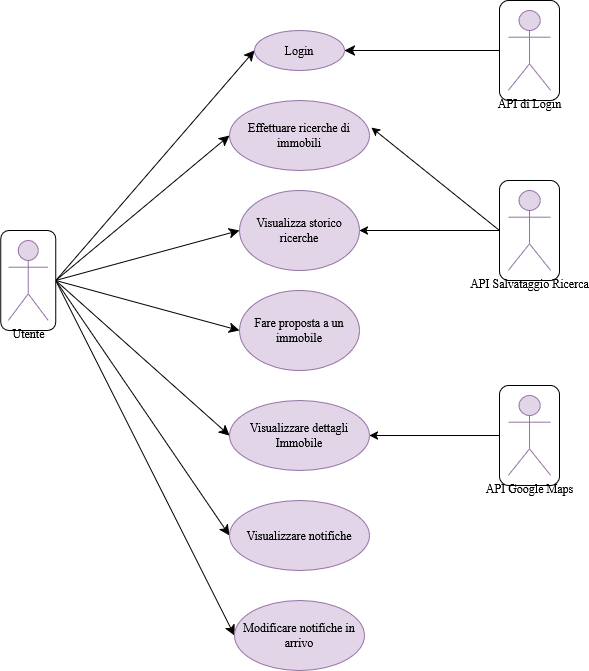
Earlier version of the draw.io export diagrammi/UseCase-Utente registrato.drawio.png (Sperob98/Documentazione-DietiEstates25). Source tidied: cells renumbered, new cells last; positions are measured from the earlier drawing's top-left corner, leaving out a move shared by most shapes.
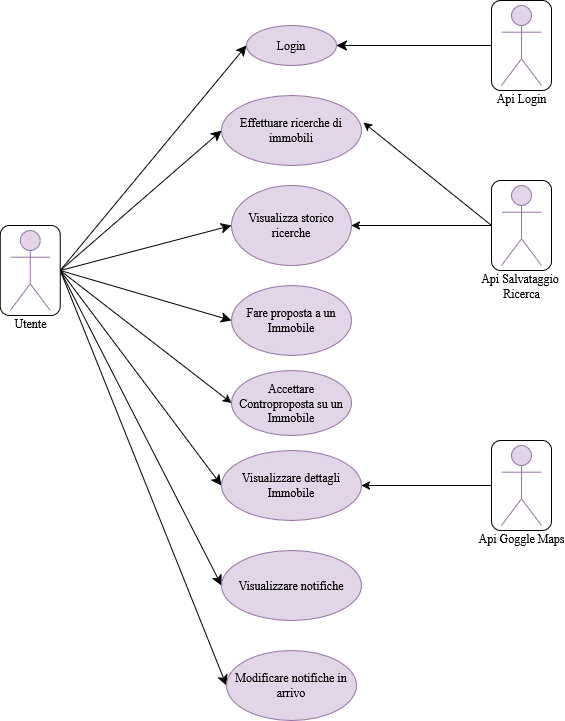
After the commit.

What changed in the source:
```diff
@@ -23,11 +23,14 @@
     <mxCell id="8" style="edgeStyle=none;curved=1;rounded=0;jettySize=auto;html=1;exitX=1;exitY=0.5;exitDx=0;exitDy=0;entryX=0;entryY=0.5;entryDx=0;entryDy=0;fontSize=12;startSize=8;endSize=8;" parent="1" edge="1" source="9" target="17">
       <mxGeometry relative="1" as="geometry" />
     </mxCell>
+    <mxCell id="28" style="rounded=0;jettySize=auto;html=1;exitX=1;exitY=0.5;exitDx=0;exitDy=0;entryX=0;entryY=0.5;entryDx=0;entryDy=0;" parent="1" edge="1" source="9" target="29">
+      <mxGeometry relative="1" as="geometry" />
+    </mxCell>
     <mxCell id="9" style="rounded=1;whiteSpace=wrap;html=1;" parent="1" vertex="1">
-      <mxGeometry x="0.2" y="230" width="55" height="100" as="geometry" />
+      <mxGeometry x="7.8" y="230" width="60" height="90" as="geometry" />
     </mxCell>
     <mxCell id="10" value="&lt;div&gt;Utente&lt;/div&gt;&lt;div&gt;&lt;br&gt;&lt;/div&gt;" style="shape=umlActor;verticalLabelPosition=bottom;verticalAlign=top;html=1;fillColor=#e1d5e7;strokeColor=#9673a6;" parent="1" vertex="1">
-      <mxGeometry x="7.8" y="240" width="40" height="80" as="geometry" />
+      <mxGeometry x="17.8" y="235" width="40" height="80" as="geometry" />
     </mxCell>
     <mxCell id="11" value="Login" style="ellipse;whiteSpace=wrap;html=1;fillColor=#e1d5e7;strokeColor=#9673a6;" parent="1" vertex="1">
       <mxGeometry x="254" y="30" width="90" height="40" as="geometry" />
@@ -38,47 +41,54 @@
     <mxCell id="13" value="Visualizza storico ricerche" style="ellipse;whiteSpace=wrap;html=1;fillColor=#e1d5e7;strokeColor=#9673a6;" parent="1" vertex="1">
       <mxGeometry x="239" y="190" width="120" height="80" as="geometry" />
     </mxCell>
-    <mxCell id="14" value="Fare proposta a un immobile" style="ellipse;whiteSpace=wrap;html=1;fillColor=#e1d5e7;strokeColor=#9673a6;" parent="1" vertex="1">
-      <mxGeometry x="239" y="290" width="120" height="80" as="geometry" />
+    <mxCell id="14" value="Fare proposta a un Immobile" style="ellipse;whiteSpace=wrap;html=1;fillColor=#e1d5e7;strokeColor=#9673a6;" parent="1" vertex="1">
+      <mxGeometry x="239" y="290" width="120" height="70" as="geometry" />
     </mxCell>
     <mxCell id="15" value="Visualizzare dettagli Immobile" style="ellipse;whiteSpace=wrap;html=1;fillColor=#e1d5e7;strokeColor=#9673a6;" parent="1" vertex="1">
-      <mxGeometry x="229" y="400" width="140" height="70" as="geometry" />
+      <mxGeometry x="229" y="455" width="140" height="70" as="geometry" />
     </mxCell>
     <mxCell id="16" value="Visualizzare notifiche" style="ellipse;whiteSpace=wrap;html=1;fillColor=#e1d5e7;strokeColor=#9673a6;" parent="1" vertex="1">
-      <mxGeometry x="229" y="500" width="140" height="70" as="geometry" />
+      <mxGeometry x="229" y="555" width="140" height="70" as="geometry" />
     </mxCell>
     <mxCell id="17" value="Modificare notifiche in arrivo" style="ellipse;whiteSpace=wrap;html=1;fillColor=#e1d5e7;strokeColor=#9673a6;" parent="1" vertex="1">
-      <mxGeometry x="234" y="600" width="130" height="70" as="geometry" />
+      <mxGeometry x="234" y="655" width="130" height="70" as="geometry" />
     </mxCell>
-    <mxCell id="18" style="edgeStyle=none;curved=1;rounded=0;jettySize=auto;html=1;exitX=0;exitY=0.5;exitDx=0;exitDy=0;entryX=1;entryY=0.5;entryDx=0;entryDy=0;fontSize=12;startSize=8;endSize=8;" parent="1" edge="1" source="19" target="11">
+    <mxCell id="18" style="edgeStyle=none;curved=1;rounded=0;jettySize=auto;html=1;exitX=0;exitY=0.5;exitDx=0;exitDy=0;entryX=1;entryY=0.5;entryDx=0;entryDy=0;fontSize=12;startSize=8;endSize=8;" parent="1" edge="1" source="30" target="11">
       <mxGeometry relative="1" as="geometry" />
     </mxCell>
-    <mxCell id="19" style="rounded=1;whiteSpace=wrap;html=1;" parent="1" vertex="1">
-      <mxGeometry x="499" width="60" height="100" as="geometry" />
-    </mxCell>
-    <mxCell id="20" value="&lt;div&gt;API di Login&lt;br&gt;&lt;/div&gt;&lt;div&gt;&lt;br&gt;&lt;/div&gt;" style="shape=umlActor;verticalLabelPosition=bottom;verticalAlign=top;html=1;fillColor=#e1d5e7;strokeColor=#9673a6;" parent="1" vertex="1">
-      <mxGeometry x="507.8" y="10" width="42.5" height="80" as="geometry" />
-    </mxCell>
-    <mxCell id="21" style="rounded=0;jettySize=auto;html=1;exitX=0;exitY=0.5;exitDx=0;exitDy=0;entryX=1;entryY=0.5;entryDx=0;entryDy=0;" parent="1" edge="1" source="22" target="13">
-      <mxGeometry relative="1" as="geometry" />
+    <mxCell id="21" style="rounded=0;jettySize=auto;html=1;exitX=0;exitY=0.5;exitDx=0;exitDy=0;entryX=1;entryY=0.5;entryDx=0;entryDy=0;" parent="1" edge="1" target="13">
+      <mxGeometry relative="1" as="geometry">
+        <mxPoint x="499" y="230" as="sourcePoint" />
+      </mxGeometry>
     </mxCell>
-    <mxCell id="22" style="rounded=1;whiteSpace=wrap;html=1;" parent="1" vertex="1">
-      <mxGeometry x="499" y="180" width="60" height="100" as="geometry" />
-    </mxCell>
-    <mxCell id="23" value="API Salvataggio Ricerca" style="shape=umlActor;verticalLabelPosition=bottom;verticalAlign=top;html=1;fillColor=#e1d5e7;strokeColor=#9673a6;" parent="1" vertex="1">
-      <mxGeometry x="507.8" y="190" width="42.5" height="80" as="geometry" />
-    </mxCell>
-    <mxCell id="24" style="rounded=0;jettySize=auto;html=1;exitX=0;exitY=0.5;exitDx=0;exitDy=0;entryX=1.014;entryY=0.386;entryDx=0;entryDy=0;entryPerimeter=0;" parent="1" edge="1" source="22" target="12">
-      <mxGeometry relative="1" as="geometry" />
+    <mxCell id="24" style="rounded=0;jettySize=auto;html=1;exitX=0;exitY=0.5;exitDx=0;exitDy=0;entryX=1.014;entryY=0.386;entryDx=0;entryDy=0;entryPerimeter=0;" parent="1" edge="1" target="12">
+      <mxGeometry relative="1" as="geometry">
+        <mxPoint x="499" y="230" as="sourcePoint" />
+      </mxGeometry>
     </mxCell>
-    <mxCell id="25" style="rounded=0;jettySize=auto;html=1;exitX=0;exitY=0.5;exitDx=0;exitDy=0;entryX=1;entryY=0.5;entryDx=0;entryDy=0;" parent="1" edge="1" source="26" target="15">
+    <mxCell id="25" style="rounded=0;jettySize=auto;html=1;exitX=0;exitY=0.5;exitDx=0;exitDy=0;entryX=1;entryY=0.5;entryDx=0;entryDy=0;" parent="1" edge="1" source="34" target="15">
       <mxGeometry relative="1" as="geometry" />
     </mxCell>
-    <mxCell id="26" style="rounded=1;whiteSpace=wrap;html=1;" parent="1" vertex="1">
-      <mxGeometry x="499" y="385" width="60" height="100" as="geometry" />
-    </mxCell>
-    <mxCell id="27" value="&lt;div&gt;API Google Maps&lt;/div&gt;" style="shape=umlActor;verticalLabelPosition=bottom;verticalAlign=top;html=1;fillColor=#e1d5e7;strokeColor=#9673a6;" parent="1" vertex="1">
-      <mxGeometry x="507.8" y="395" width="42.5" height="80" as="geometry" />
-    </mxCell>
+    <mxCell id="29" value="Accettare Controproposta su un Immobile" style="ellipse;whiteSpace=wrap;html=1;fillColor=#e1d5e7;strokeColor=#9673a6;" parent="1" vertex="1">
+      <mxGeometry x="239" y="375" width="120" height="65" as="geometry" />
+    </mxCell>
+    <mxCell id="30" style="rounded=1;whiteSpace=wrap;html=1;" parent="1" vertex="1">
+      <mxGeometry x="499" y="5" width="60" height="90" as="geometry" />
+    </mxCell>
+    <mxCell id="31" value="Api Login" style="shape=umlActor;verticalLabelPosition=bottom;verticalAlign=top;html=1;fillColor=#e1d5e7;strokeColor=#9673a6;" parent="1" vertex="1">
+      <mxGeometry x="509" y="10" width="40" height="80" as="geometry" />
+    </mxCell>
+    <mxCell id="32" style="rounded=1;whiteSpace=wrap;html=1;" parent="1" vertex="1">
+      <mxGeometry x="499" y="185" width="60" height="90" as="geometry" />
+    </mxCell>
+    <mxCell id="33" value="&lt;div&gt;Api Salvataggio&amp;nbsp;&lt;/div&gt;&lt;div&gt;Ricerca&lt;/div&gt;" style="shape=umlActor;verticalLabelPosition=bottom;verticalAlign=top;html=1;fillColor=#e1d5e7;strokeColor=#9673a6;" parent="1" vertex="1">
+      <mxGeometry x="509" y="190" width="40" height="80" as="geometry" />
+    </mxCell>
+    <mxCell id="34" style="rounded=1;whiteSpace=wrap;html=1;" parent="1" vertex="1">
+      <mxGeometry x="499" y="445" width="60" height="90" as="geometry" />
+    </mxCell>
+    <mxCell id="35" value="&lt;div&gt;Api Goggle Maps&lt;/div&gt;&lt;div&gt;&lt;br&gt;&lt;/div&gt;" style="shape=umlActor;verticalLabelPosition=bottom;verticalAlign=top;html=1;fillColor=#e1d5e7;strokeColor=#9673a6;" parent="1" vertex="1">
+      <mxGeometry x="509" y="450" width="40" height="80" as="geometry" />
+    </mxCell>
   </root>
 </mxGraphModel>
```
